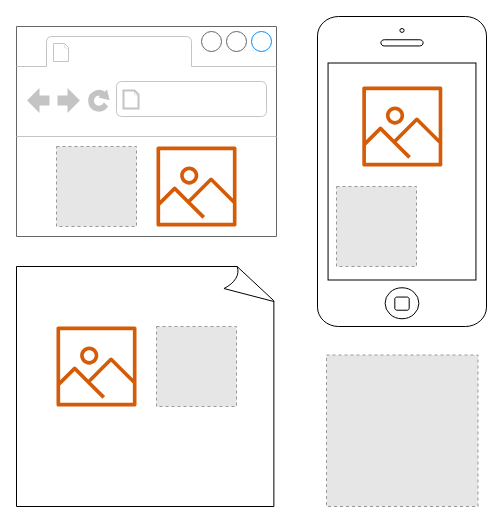
Kontent-ai-Learn/kontent-ai-learn-diagrams keeps this draw.io diagram as illustrations/different_channels.drawio. Above is the earlier version. Source tidied: cells renumbered, new cells numbered last; positions are measured from the earlier drawing's top-left corner, leaving out a move shared by most shapes. Both pictures are drawn from the tidied source at 100%, with x=0, y=0 at pixel (16, 16). Pictures stored in the file or linked from it are replaced by grey dashed boxes.
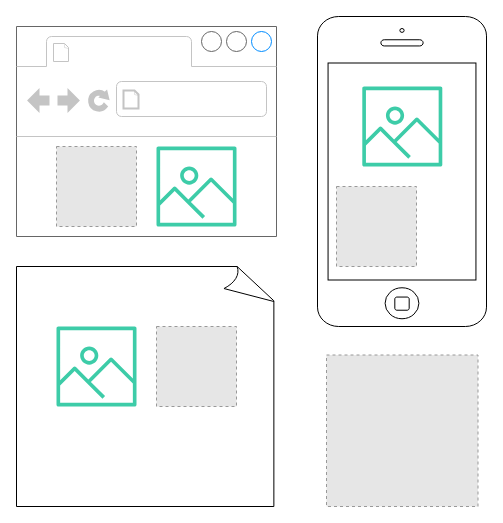
After the change.

Change to the diagram source:
```diff
@@
 <mxGraphModel>
   <root>
     <mxCell id="0" />
     <mxCell id="1" parent="0" />
     <mxCell id="2" style="fillColor=#E6E6E6;strokeColor=#999999;dashed=1;html=1;verticalAlign=top;verticalLabelPosition=bottom;labelBackgroundColor=#ffffff;" parent="1" vertex="1">
       <mxGeometry x="310" y="338.5" width="151.5" height="151.5" as="geometry" />
     </mxCell>
     <mxCell id="3" style="strokeWidth=1;shadow=0;dashed=0;align=center;html=1;shape=mxgraph.mockup.containers.browserWindow;rSize=0;strokeColor=none;strokeColor2=#008cff;strokeColor3=#c4c4c4;mainText=,;fillColor=none;" parent="1" vertex="1">
       <mxGeometry y="10" width="260" height="210" as="geometry" />
     </mxCell>
     <mxCell id="4" style="fillColor=#E6E6E6;strokeColor=#999999;dashed=1;html=1;verticalAlign=top;verticalLabelPosition=bottom;labelBackgroundColor=#ffffff;" parent="3" vertex="1">
       <mxGeometry x="40" y="120" width="80" height="80" as="geometry" />
     </mxCell>
-    <mxCell id="5" style="sketch=0;fontColor=#232F3E;gradientColor=none;fillColor=#D45B07;strokeColor=none;dashed=0;verticalLabelPosition=bottom;verticalAlign=top;align=center;html=1;fontSize=12;fontStyle=0;shape=mxgraph.aws4.container_registry_image;" parent="3" vertex="1">
+    <mxCell id="5" style="sketch=0;fontColor=#232F3E;gradientColor=none;fillColor=#3DCCA8;strokeColor=none;dashed=0;verticalLabelPosition=bottom;verticalAlign=top;align=center;html=1;fontSize=12;fontStyle=0;shape=mxgraph.aws4.container_registry_image;" parent="3" vertex="1">
       <mxGeometry x="140" y="120" width="80" height="80" as="geometry" />
     </mxCell>
     <mxCell id="6" style="html=1;verticalLabelPosition=bottom;labelBackgroundColor=#ffffff;verticalAlign=top;shadow=0;dashed=0;strokeWidth=1;shape=mxgraph.ios7.misc.iphone;strokeColor=#000000;" parent="1" vertex="1">
       <mxGeometry x="301" width="169" height="310" as="geometry" />
     </mxCell>
     <mxCell id="7" style="whiteSpace=wrap;html=1;shape=mxgraph.basic.document;shadow=0;strokeColor=#000000;fillColor=none;" parent="1" vertex="1">
       <mxGeometry y="250" width="260" height="240" as="geometry" />
     </mxCell>
     <mxCell id="8" style="fillColor=#E6E6E6;strokeColor=#999999;dashed=1;html=1;verticalAlign=top;verticalLabelPosition=bottom;labelBackgroundColor=#ffffff;" parent="1" vertex="1">
       <mxGeometry x="140" y="310" width="80" height="80" as="geometry" />
     </mxCell>
-    <mxCell id="9" style="sketch=0;fontColor=#232F3E;gradientColor=none;fillColor=#D45B07;strokeColor=none;dashed=0;verticalLabelPosition=bottom;verticalAlign=top;align=center;html=1;fontSize=12;fontStyle=0;shape=mxgraph.aws4.container_registry_image;" parent="1" vertex="1">
+    <mxCell id="9" style="sketch=0;fontColor=#232F3E;gradientColor=none;fillColor=#3DCCA8;strokeColor=none;dashed=0;verticalLabelPosition=bottom;verticalAlign=top;align=center;html=1;fontSize=12;fontStyle=0;shape=mxgraph.aws4.container_registry_image;" parent="1" vertex="1">
       <mxGeometry x="40" y="310" width="80" height="80" as="geometry" />
     </mxCell>
     <mxCell id="10" style="fillColor=#E6E6E6;strokeColor=#999999;dashed=1;html=1;verticalAlign=top;verticalLabelPosition=bottom;labelBackgroundColor=#ffffff;" parent="1" vertex="1">
       <mxGeometry x="320" y="170" width="80" height="80" as="geometry" />
     </mxCell>
-    <mxCell id="11" style="sketch=0;fontColor=#232F3E;gradientColor=none;fillColor=#D45B07;strokeColor=none;dashed=0;verticalLabelPosition=bottom;verticalAlign=top;align=center;html=1;fontSize=12;fontStyle=0;shape=mxgraph.aws4.container_registry_image;" parent="1" vertex="1">
+    <mxCell id="11" style="sketch=0;fontColor=#232F3E;gradientColor=none;fillColor=#3DCCA8;strokeColor=none;dashed=0;verticalLabelPosition=bottom;verticalAlign=top;align=center;html=1;fontSize=12;fontStyle=0;shape=mxgraph.aws4.container_registry_image;" parent="1" vertex="1">
       <mxGeometry x="345.8" y="70" width="80" height="80" as="geometry" />
     </mxCell>
   </root>
 </mxGraphModel>
```
